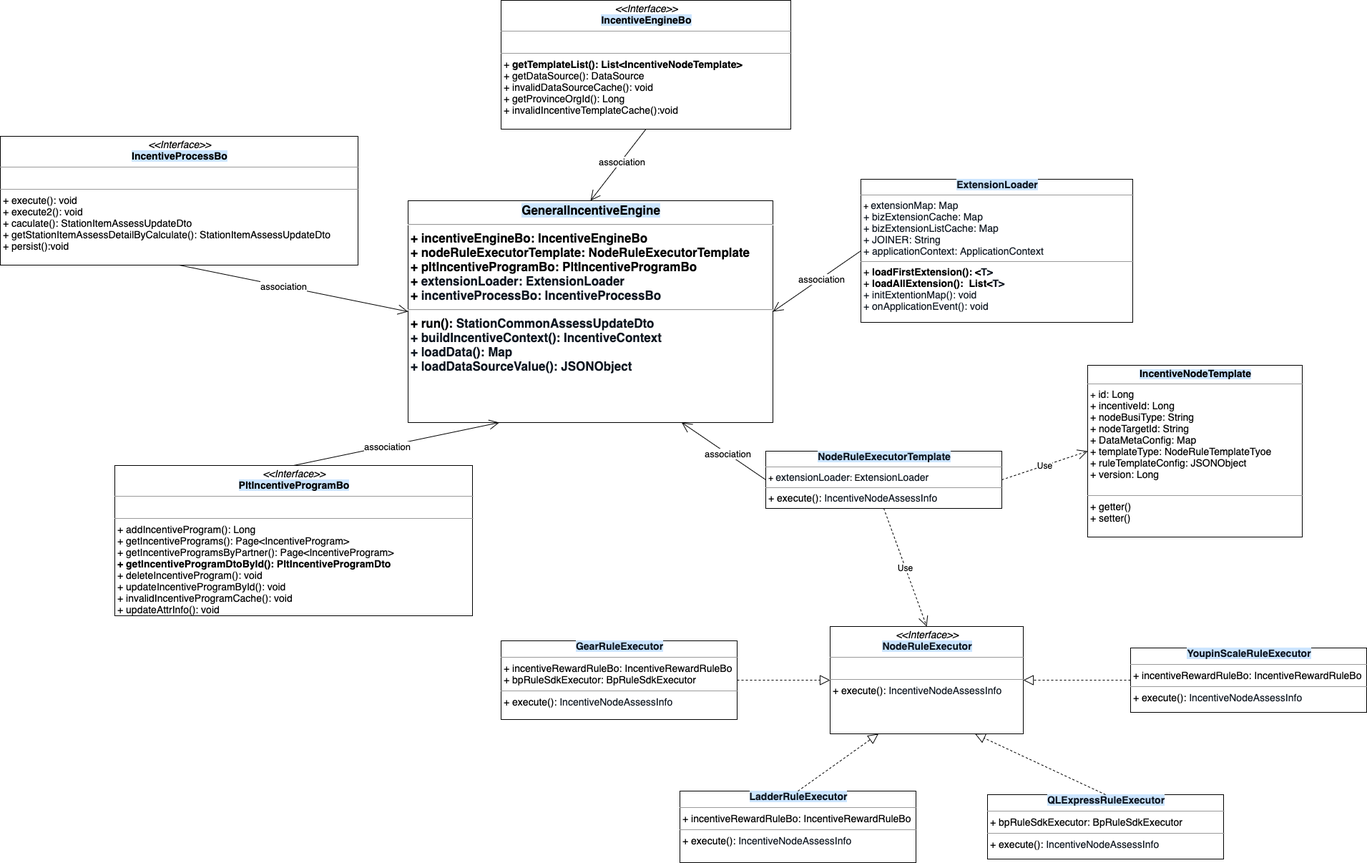
Earlier version of the draw.io export 渠道类图.png (Martina001/diagram). Source tidied: cells renumbered, new cells last; positions are measured from the earlier drawing's top-left corner, leaving out a move shared by most shapes.
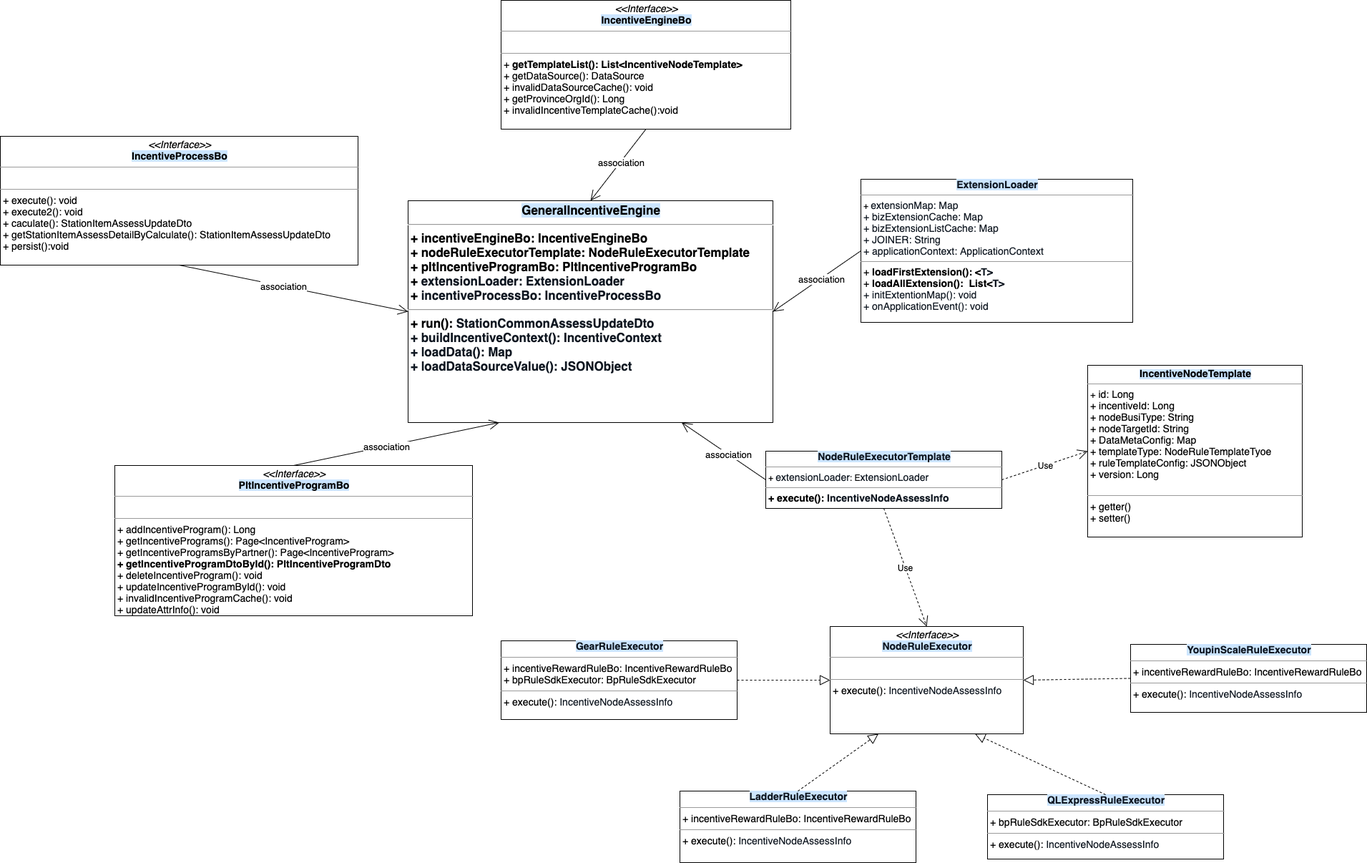
The same file after the commit.

The edit, as a diff of the source:
```diff
@@ -5,7 +5,7 @@
     <mxCell id="2" value="&lt;p style=&quot;margin: 4px 0px 0px ; text-align: center ; font-size: 17px&quot;&gt;&lt;font style=&quot;font-size: 17px&quot;&gt;&lt;font style=&quot;font-size: 17px ; background-color: rgb(204 , 229 , 255)&quot;&gt;GeneralIncentiveEngine&lt;/font&gt;&lt;br style=&quot;font-size: 17px&quot;&gt;&lt;/font&gt;&lt;/p&gt;&lt;hr style=&quot;font-size: 17px&quot;&gt;&lt;p style=&quot;margin: 0px 0px 0px 4px ; font-size: 17px&quot;&gt;&lt;font style=&quot;font-size: 17px&quot;&gt;+ incentiveEngineBo: IncentiveEngineBo&lt;/font&gt;&lt;/p&gt;&lt;p style=&quot;margin: 0px 0px 0px 4px ; font-size: 17px&quot;&gt;&lt;font style=&quot;font-size: 17px&quot;&gt;+&amp;nbsp;&lt;span style=&quot;background-color: rgb(255 , 255 , 255) ; font-size: 17px&quot;&gt;&lt;font style=&quot;font-size: 17px&quot;&gt;nodeRuleExecutorTemplate: NodeRuleExecutorTemplate&lt;/font&gt;&lt;/span&gt;&lt;/font&gt;&lt;/p&gt;&lt;p style=&quot;margin: 0px 0px 0px 4px ; font-size: 17px&quot;&gt;&lt;span style=&quot;background-color: rgb(255 , 255 , 255) ; font-size: 17px&quot;&gt;&lt;font style=&quot;font-size: 17px&quot;&gt;+ pltIncentiveProgramBo: PltIncentiveProgramBo&lt;/font&gt;&lt;/span&gt;&lt;/p&gt;&lt;p style=&quot;margin: 0px 0px 0px 4px ; font-size: 17px&quot;&gt;&lt;font style=&quot;font-size: 17px&quot;&gt;&lt;font style=&quot;font-size: 17px&quot;&gt;&lt;span style=&quot;background-color: rgb(255 , 255 , 255) ; font-size: 17px&quot;&gt;+&amp;nbsp;&lt;/span&gt;&lt;/font&gt;&lt;span style=&quot;color: rgb(15 , 23 , 33) ; font-size: 17px&quot;&gt;&lt;font style=&quot;font-size: 17px&quot;&gt;extensionLoader: ExtensionLoader&lt;/font&gt;&lt;/span&gt;&lt;/font&gt;&lt;/p&gt;&lt;p style=&quot;margin: 0px 0px 0px 4px ; font-size: 17px&quot;&gt;&lt;font style=&quot;font-size: 17px&quot;&gt;&lt;font style=&quot;font-size: 17px&quot;&gt;&lt;span style=&quot;background-color: rgb(255 , 255 , 255) ; font-size: 17px&quot;&gt;+&amp;nbsp;&lt;/span&gt;&lt;/font&gt;&lt;span style=&quot;color: rgb(15 , 23 , 33) ; font-size: 17px&quot;&gt;&lt;font style=&quot;font-size: 17px&quot;&gt;incentiveProcessBo: IncentiveProcessBo&lt;/font&gt;&lt;/span&gt;&lt;/font&gt;&lt;/p&gt;&lt;p style=&quot;margin: 0px 0px 0px 4px ; font-size: 17px&quot;&gt;&lt;/p&gt;&lt;hr style=&quot;font-size: 17px&quot;&gt;&lt;p style=&quot;margin: 0px 0px 0px 4px ; font-size: 17px&quot;&gt;&lt;font style=&quot;font-size: 17px&quot;&gt;+ run():&amp;nbsp;&lt;span style=&quot;color: rgb(15 , 23 , 33) ; font-size: 17px&quot;&gt;&lt;font style=&quot;font-size: 17px&quot;&gt;StationCommonAssessUpdateDto&lt;/font&gt;&lt;/span&gt;&lt;/font&gt;&lt;/p&gt;&lt;p style=&quot;margin: 0px 0px 0px 4px ; font-size: 17px&quot;&gt;&lt;font style=&quot;font-size: 17px&quot;&gt;&lt;span style=&quot;color: rgb(15 , 23 , 33) ; font-size: 17px&quot;&gt;+ buildIncentiveContext(): IncentiveContext&lt;/span&gt;&lt;span style=&quot;color: rgb(15 , 23 , 33) ; font-size: 17px&quot;&gt;&lt;font style=&quot;font-size: 17px&quot;&gt;&lt;br style=&quot;font-size: 17px&quot;&gt;&lt;/font&gt;&lt;/span&gt;&lt;/font&gt;&lt;/p&gt;&lt;p style=&quot;margin: 0px 0px 0px 4px ; font-size: 17px&quot;&gt;&lt;font style=&quot;font-size: 17px&quot;&gt;&lt;span style=&quot;color: rgb(15 , 23 , 33) ; font-size: 17px&quot;&gt;&lt;font style=&quot;font-size: 17px&quot;&gt;+ loadData(): Map&lt;/font&gt;&lt;/span&gt;&lt;/font&gt;&lt;/p&gt;&lt;p style=&quot;margin: 0px 0px 0px 4px ; font-size: 17px&quot;&gt;&lt;font style=&quot;font-size: 17px&quot;&gt;&lt;span style=&quot;color: rgb(15 , 23 , 33) ; font-size: 17px&quot;&gt;&lt;font style=&quot;font-size: 17px&quot;&gt;+ loadDataSourceValue(): JSONObject&lt;/font&gt;&lt;/span&gt;&lt;/font&gt;&lt;/p&gt;&lt;p style=&quot;margin: 0px 0px 0px 4px ; font-size: 17px&quot;&gt;&lt;br style=&quot;font-size: 17px&quot;&gt;&lt;/p&gt;" style="verticalAlign=top;align=left;overflow=fill;fontSize=17;fontFamily=Helvetica;html=1;fontStyle=1;" parent="1" vertex="1">
       <mxGeometry x="570" y="280" width="510" height="310" as="geometry" />
     </mxCell>
-    <mxCell id="3" value="&lt;p class=&quot;p1&quot; style=&quot;text-align: center ; margin: 0px ; font-stretch: normal ; font-size: 14px ; line-height: normal ; color: rgb(15 , 23 , 33)&quot;&gt;&lt;b style=&quot;background-color: rgb(204 , 229 , 255)&quot;&gt;NodeRuleExecutorTemplate&lt;/b&gt;&lt;/p&gt;&lt;hr size=&quot;1&quot;&gt;&lt;p style=&quot;margin: 0px ; margin-left: 4px&quot;&gt;+&amp;nbsp;&lt;span style=&quot;color: rgb(15 , 23 , 33) ; font-size: 14px&quot;&gt;extensionLoader&lt;/span&gt;&lt;span&gt;: E&lt;/span&gt;&lt;span style=&quot;color: rgb(15 , 23 , 33) ; font-size: 14px&quot;&gt;xtensionLoader&lt;/span&gt;&lt;/p&gt;&lt;hr size=&quot;1&quot;&gt;&lt;p style=&quot;margin: 0px 0px 0px 4px ; font-size: 14px&quot;&gt;+ execute():&amp;nbsp;&lt;span style=&quot;color: rgb(15 , 23 , 33)&quot;&gt;&lt;font style=&quot;font-size: 14px&quot;&gt;IncentiveNodeAssessInfo&lt;/font&gt;&lt;/span&gt;&lt;/p&gt;" style="verticalAlign=top;align=left;overflow=fill;fontSize=12;fontFamily=Helvetica;html=1;" parent="1" vertex="1">
+    <mxCell id="3" value="&lt;p class=&quot;p1&quot; style=&quot;text-align: center ; margin: 0px ; font-stretch: normal ; font-size: 14px ; line-height: normal ; color: rgb(15 , 23 , 33)&quot;&gt;&lt;b style=&quot;background-color: rgb(204 , 229 , 255)&quot;&gt;NodeRuleExecutorTemplate&lt;/b&gt;&lt;/p&gt;&lt;hr size=&quot;1&quot;&gt;&lt;p style=&quot;margin: 0px ; margin-left: 4px&quot;&gt;+&amp;nbsp;&lt;span style=&quot;color: rgb(15 , 23 , 33) ; font-size: 14px&quot;&gt;extensionLoader&lt;/span&gt;&lt;span&gt;: E&lt;/span&gt;&lt;span style=&quot;color: rgb(15 , 23 , 33) ; font-size: 14px&quot;&gt;xtensionLoader&lt;/span&gt;&lt;/p&gt;&lt;hr size=&quot;1&quot;&gt;&lt;p style=&quot;margin: 0px 0px 0px 4px ; font-size: 14px&quot;&gt;&lt;b&gt;+ execute():&amp;nbsp;&lt;span style=&quot;color: rgb(15 , 23 , 33)&quot;&gt;&lt;font style=&quot;font-size: 14px&quot;&gt;IncentiveNodeAssessInfo&lt;/font&gt;&lt;/span&gt;&lt;/b&gt;&lt;/p&gt;" style="verticalAlign=top;align=left;overflow=fill;fontSize=12;fontFamily=Helvetica;html=1;" parent="1" vertex="1">
       <mxGeometry x="1070" y="630" width="330" height="80" as="geometry" />
     </mxCell>
     <mxCell id="4" value="&lt;p style=&quot;margin: 0px ; margin-top: 4px ; text-align: center&quot;&gt;&lt;span style=&quot;text-align: left ; background-color: rgb(204 , 229 , 255)&quot;&gt;&lt;b&gt;&lt;font style=&quot;font-size: 14px&quot;&gt;IncentiveNodeTemplate&lt;/font&gt;&lt;/b&gt;&lt;/span&gt;&lt;/p&gt;&lt;hr size=&quot;1&quot;&gt;&lt;p style=&quot;margin: 0px 0px 0px 4px ; font-size: 14px&quot;&gt;&lt;span style=&quot;font-size: 13px&quot;&gt;+&lt;/span&gt;&lt;font style=&quot;font-size: 14px&quot;&gt; id: Long&lt;/font&gt;&lt;/p&gt;&lt;p style=&quot;margin: 0px 0px 0px 4px ; font-size: 14px&quot;&gt;&lt;font style=&quot;font-size: 14px&quot;&gt;+ incentiveId: Long&lt;/font&gt;&lt;/p&gt;&lt;p style=&quot;margin: 0px 0px 0px 4px ; font-size: 14px&quot;&gt;&lt;font style=&quot;font-size: 14px&quot;&gt;+ nodeBusiType: String&lt;/font&gt;&lt;/p&gt;&lt;p style=&quot;margin: 0px 0px 0px 4px ; font-size: 14px&quot;&gt;&lt;font style=&quot;font-size: 14px&quot;&gt;+ nodeTargetId: String&lt;/font&gt;&lt;/p&gt;&lt;p style=&quot;margin: 0px 0px 0px 4px ; font-size: 14px&quot;&gt;&lt;font style=&quot;font-size: 14px&quot;&gt;+ DataMetaConfig: Map&lt;/font&gt;&lt;/p&gt;&lt;p style=&quot;margin: 0px 0px 0px 4px ; font-size: 14px&quot;&gt;&lt;font style=&quot;font-size: 14px&quot;&gt;+ templateType: NodeRuleTemplateTyoe&lt;/font&gt;&lt;/p&gt;&lt;p style=&quot;margin: 0px 0px 0px 4px ; font-size: 14px&quot;&gt;&lt;font style=&quot;font-size: 14px&quot;&gt;+ ruleTemplateConfig: JSONObject&lt;/font&gt;&lt;/p&gt;&lt;p style=&quot;margin: 0px 0px 0px 4px ; font-size: 14px&quot;&gt;&lt;font style=&quot;font-size: 14px&quot;&gt;+ version: Long&lt;/font&gt;&lt;/p&gt;&lt;br&gt;&lt;hr size=&quot;1&quot; style=&quot;font-size: 14px&quot;&gt;&lt;p style=&quot;margin: 0px 0px 0px 4px ; font-size: 14px&quot;&gt;&lt;font style=&quot;font-size: 14px&quot;&gt;+ getter()&lt;/font&gt;&lt;/p&gt;&lt;p style=&quot;margin: 0px 0px 0px 4px ; font-size: 14px&quot;&gt;+ setter()&lt;/p&gt;" style="verticalAlign=top;align=left;overflow=fill;fontSize=12;fontFamily=Helvetica;html=1;" parent="1" vertex="1">
@@ -45,7 +45,7 @@
       <mxGeometry relative="1" as="geometry" />
     </mxCell>
     <mxCell id="16" value="&lt;p class=&quot;p1&quot; style=&quot;text-align: center ; margin: 0px ; font-stretch: normal ; line-height: normal ; color: rgb(15 , 23 , 33) ; font-size: 14px&quot;&gt;&lt;b&gt;&lt;font style=&quot;font-size: 14px ; background-color: rgb(204 , 229 , 255)&quot;&gt;YoupinScaleRuleExecutor&lt;/font&gt;&lt;/b&gt;&lt;/p&gt;&lt;hr size=&quot;1&quot; style=&quot;font-size: 14px&quot;&gt;&lt;p style=&quot;margin: 0px 0px 0px 4px ; font-size: 14px&quot;&gt;&lt;span&gt;+ incentiveRewardRuleBo: IncentiveRewardRuleBo&lt;/span&gt;&lt;br&gt;&lt;/p&gt;&lt;hr size=&quot;1&quot; style=&quot;font-size: 14px&quot;&gt;&lt;p style=&quot;margin: 0px 0px 0px 4px ; font-size: 14px&quot;&gt;&lt;font style=&quot;font-size: 14px&quot;&gt;+ execute():&amp;nbsp;&lt;span style=&quot;color: rgb(15 , 23 , 33)&quot;&gt;&lt;font style=&quot;font-size: 14px&quot;&gt;IncentiveNodeAssessInfo&lt;/font&gt;&lt;/span&gt;&lt;/font&gt;&lt;/p&gt;" style="verticalAlign=top;align=left;overflow=fill;fontSize=12;fontFamily=Helvetica;html=1;" parent="1" vertex="1">
-      <mxGeometry x="1580" y="905" width="330" height="90" as="geometry" />
+      <mxGeometry x="1580" y="900" width="330" height="95" as="geometry" />
     </mxCell>
     <mxCell id="17" style="endArrow=block;dashed=1;endFill=0;endSize=12;html=1;entryX=1;entryY=0.5;entryDx=0;entryDy=0;exitX=0;exitY=0.5;exitDx=0;exitDy=0;" parent="1" edge="1" source="16" target="6">
       <mxGeometry relative="1" as="geometry" />
```
